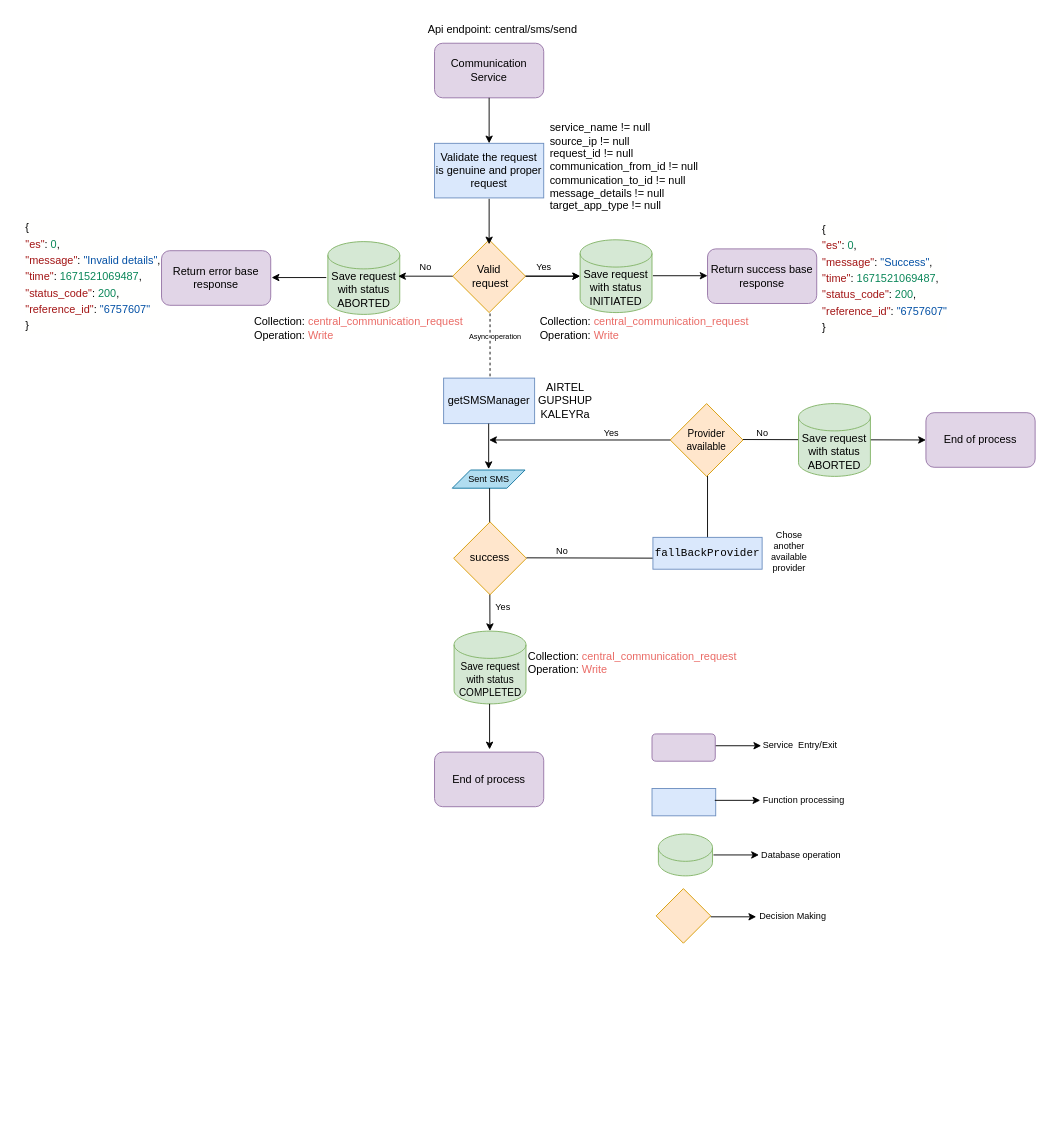
This is CommSmsFlowDiagram.drawio from ravi-bala13/Flow-Diagrams, a draw.io file, before an edit. Source tidied: cells renumbered, new cells numbered last; positions are measured from the earlier drawing's top-left corner, leaving out a move shared by most shapes. Both pictures are drawn from the tidied source at 91%, with x=0, y=0 at pixel (15, 15).
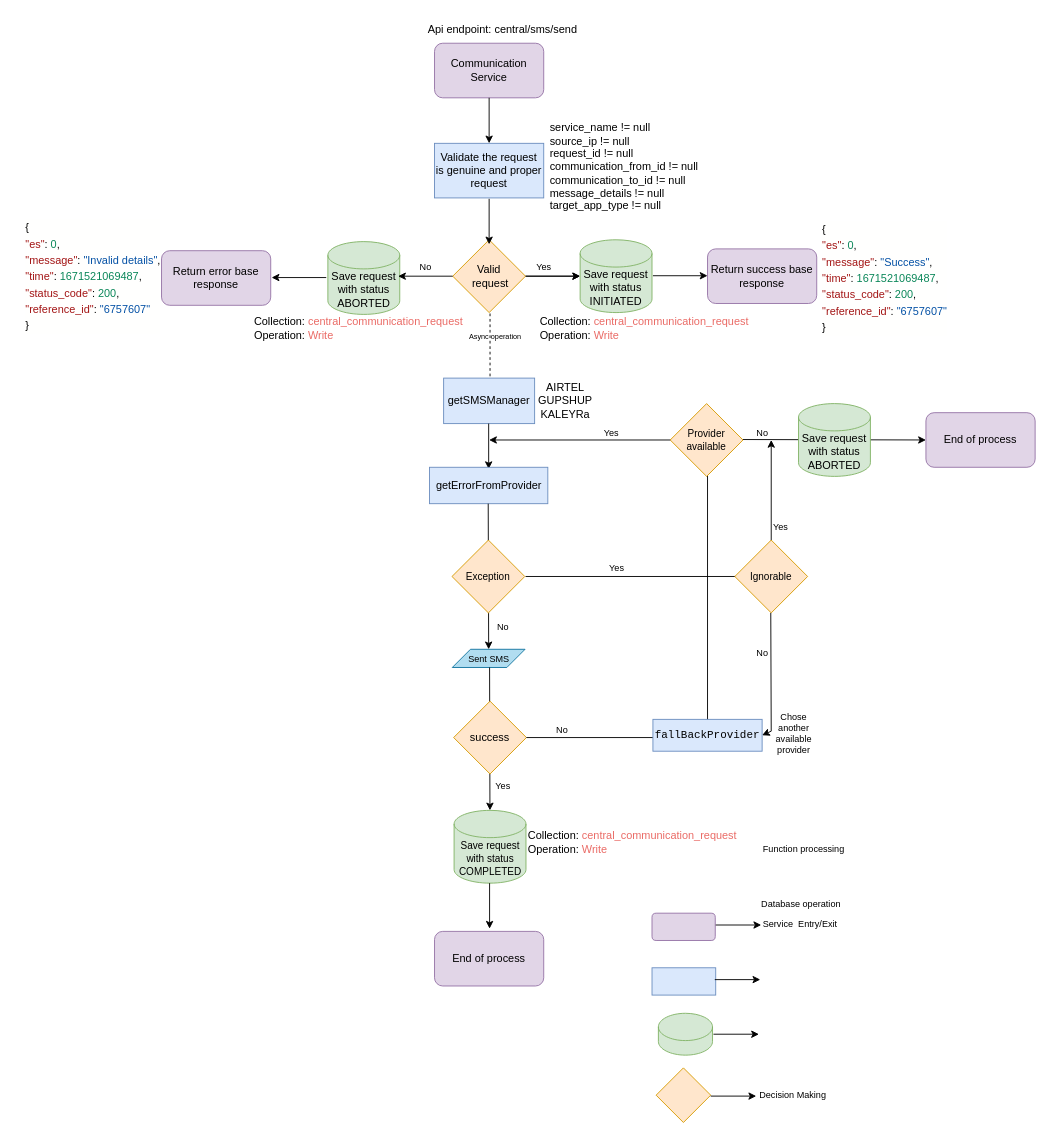
The same diagram, later.

The edit, as a diff of the source:
```diff
@@
     <mxCell id="27" value="&lt;font style=&quot;font-size: 11px;&quot;&gt;Save request with status COMPLETED&lt;/font&gt;" style="shape=cylinder3;whiteSpace=wrap;html=1;boundedLbl=1;backgroundOutline=1;size=15;fillColor=#d5e8d4;strokeColor=#82b366;" parent="1" vertex="1">
-      <mxGeometry x="481.5" y="676" width="79" height="80" as="geometry" />
+      <mxGeometry x="481.5" y="873" width="79" height="80" as="geometry" />
     </mxCell>
     <mxCell id="28" value="Collection: &lt;font color=&quot;#ea6b66&quot;&gt;central_communication_request&lt;/font&gt;&lt;br&gt;Operation: &lt;font color=&quot;#ea6b66&quot;&gt;Write&lt;/font&gt;" style="text;html=1;strokeColor=none;fillColor=none;align=left;verticalAlign=middle;whiteSpace=wrap;rounded=0;fontColor=#000000;" parent="1" vertex="1">
-      <mxGeometry x="560.5" y="696" width="250.5" height="30" as="geometry" />
+      <mxGeometry x="560.5" y="893" width="250.5" height="30" as="geometry" />
     </mxCell>
     <mxCell id="29" value="End of process" style="rounded=1;whiteSpace=wrap;html=1;fillColor=#e1d5e7;strokeColor=#9673a6;" parent="1" vertex="1">
-      <mxGeometry x="460" y="809" width="120" height="60" as="geometry" />
+      <mxGeometry x="460" y="1006" width="120" height="60" as="geometry" />
     </mxCell>
     <mxCell id="30" style="endArrow=classic;html=1;rounded=0;fontColor=#000000;exitX=0.5;exitY=1;exitDx=0;exitDy=0;" parent="1" edge="1">
       <mxGeometry relative="1" as="geometry">
-        <mxPoint x="520.5" y="756" as="sourcePoint" />
-        <mxPoint x="520.5" y="806" as="targetPoint" />
+        <mxPoint x="520.5" y="953" as="sourcePoint" />
+        <mxPoint x="520.5" y="1003" as="targetPoint" />
       </mxGeometry>
     </mxCell>
@@
     <mxCell id="33" value="&lt;font style=&quot;font-size: 10px;&quot;&gt;Sent SMS&lt;/font&gt;" style="shape=parallelogram;perimeter=parallelogramPerimeter;whiteSpace=wrap;html=1;fixedSize=1;fontSize=8;fillColor=#b1ddf0;strokeColor=#10739e;" parent="1" vertex="1">
-      <mxGeometry x="479.5" y="499" width="80" height="20" as="geometry" />
+      <mxGeometry x="479.5" y="696" width="80" height="20" as="geometry" />
     </mxCell>
     <mxCell id="34" style="endArrow=classic;html=1;rounded=0;fontColor=#000000;exitX=0.5;exitY=1;exitDx=0;exitDy=0;" parent="1" edge="1" target="27">
       <mxGeometry relative="1" as="geometry">
-        <mxPoint x="520.5" y="519" as="sourcePoint" />
+        <mxPoint x="520.5" y="716" as="sourcePoint" />
       </mxGeometry>
     </mxCell>
     <mxCell id="35" style="rounded=1;whiteSpace=wrap;html=1;fillColor=#e1d5e7;strokeColor=#9673a6;" parent="1" vertex="1">
-      <mxGeometry x="699" y="789" width="69.5" height="30" as="geometry" />
+      <mxGeometry x="699" y="986" width="69.5" height="30" as="geometry" />
     </mxCell>
     <mxCell id="36" style="rounded=0;whiteSpace=wrap;html=1;fillColor=#dae8fc;strokeColor=#6c8ebf;" parent="1" vertex="1">
-      <mxGeometry x="699" y="849" width="70" height="30" as="geometry" />
+      <mxGeometry x="699" y="1046" width="70" height="30" as="geometry" />
     </mxCell>
     <mxCell id="37" style="shape=cylinder3;whiteSpace=wrap;html=1;boundedLbl=1;backgroundOutline=1;size=15;fillColor=#d5e8d4;strokeColor=#82b366;" parent="1" vertex="1">
-      <mxGeometry x="706" y="899" width="59.5" height="46" as="geometry" />
+      <mxGeometry x="706" y="1096" width="59.5" height="46" as="geometry" />
     </mxCell>
     <mxCell id="38" style="rhombus;whiteSpace=wrap;html=1;fillColor=#ffe6cc;strokeColor=#d79b00;" parent="1" vertex="1">
-      <mxGeometry x="703.5" y="959" width="60" height="60" as="geometry" />
+      <mxGeometry x="703.5" y="1156" width="60" height="60" as="geometry" />
     </mxCell>
     <mxCell id="39" style="endArrow=classic;html=1;rounded=0;fontColor=#000000;" parent="1" edge="1">
       <mxGeometry relative="1" as="geometry">
-        <mxPoint x="769" y="802" as="sourcePoint" />
-        <mxPoint x="819" y="802" as="targetPoint" />
+        <mxPoint x="769" y="999" as="sourcePoint" />
+        <mxPoint x="819" y="999" as="targetPoint" />
       </mxGeometry>
     </mxCell>
     <mxCell id="40" style="endArrow=classic;html=1;rounded=0;fontColor=#000000;" parent="1" edge="1">
       <mxGeometry relative="1" as="geometry">
-        <mxPoint x="768" y="862" as="sourcePoint" />
-        <mxPoint x="818" y="862" as="targetPoint" />
+        <mxPoint x="768" y="1059" as="sourcePoint" />
+        <mxPoint x="818" y="1059" as="targetPoint" />
       </mxGeometry>
     </mxCell>
     <mxCell id="41" style="endArrow=classic;html=1;rounded=0;fontColor=#000000;" parent="1" edge="1">
       <mxGeometry relative="1" as="geometry">
-        <mxPoint x="766.5" y="922" as="sourcePoint" />
-        <mxPoint x="816.5" y="922" as="targetPoint" />
+        <mxPoint x="766.5" y="1119" as="sourcePoint" />
+        <mxPoint x="816.5" y="1119" as="targetPoint" />
       </mxGeometry>
     </mxCell>
     <mxCell id="42" style="endArrow=classic;html=1;rounded=0;fontColor=#000000;" parent="1" edge="1">
       <mxGeometry relative="1" as="geometry">
-        <mxPoint x="763.5" y="990" as="sourcePoint" />
-        <mxPoint x="813.5" y="990" as="targetPoint" />
+        <mxPoint x="763.5" y="1187" as="sourcePoint" />
+        <mxPoint x="813.5" y="1187" as="targetPoint" />
       </mxGeometry>
     </mxCell>
     <mxCell id="43" value="Service &amp;nbsp;Entry/Exit" style="text;html=1;strokeColor=none;fillColor=none;align=center;verticalAlign=middle;whiteSpace=wrap;rounded=0;fontSize=10;" parent="1" vertex="1">
-      <mxGeometry x="817" y="786" width="90" height="30" as="geometry" />
+      <mxGeometry x="817" y="983" width="90" height="30" as="geometry" />
     </mxCell>
     <mxCell id="44" value="Function&amp;nbsp;processing" style="text;html=1;strokeColor=none;fillColor=none;align=center;verticalAlign=middle;whiteSpace=wrap;rounded=0;fontSize=10;" parent="1" vertex="1">
-      <mxGeometry x="799" y="846" width="134" height="30" as="geometry" />
+      <mxGeometry x="799" y="900" width="134" height="30" as="geometry" />
     </mxCell>
     <mxCell id="45" value="Database operation" style="text;html=1;strokeColor=none;fillColor=none;align=center;verticalAlign=middle;whiteSpace=wrap;rounded=0;fontSize=10;" parent="1" vertex="1">
-      <mxGeometry x="796" y="907" width="134" height="30" as="geometry" />
+      <mxGeometry x="796" y="961" width="134" height="30" as="geometry" />
     </mxCell>
     <mxCell id="46" value="Decision&amp;nbsp;&lt;span style=&quot;caret-color: rgba(0, 0, 0, 0); color: rgba(0, 0, 0, 0); font-family: monospace; font-size: 0px; text-align: start;&quot;&gt;CmxGraphModel%3E%3Croot%3E%3CmxCell%20id%3D%220%22%2F%3E%3CmxCell%20id%3D%221%22%20parent%3D%220%22%2F%3E%3CmxCell%20id%3D%222%22%20value%3D%22Database%20operation%22%20style%3D%22text%3Bhtml%3D1%3BstrokeColor%3Dnone%3BfillColor%3Dnone%3Balign%3Dcenter%3BverticalAlign%3Dmiddle%3BwhiteSpace%3Dwrap%3Brounded%3D0%3BfontSize%3D10%3B%22%20vertex%3D%221%22%20parent%3D%221%22%3E%3CmxGeometry%20x%3D%22698%22%20y%3D%221738%22%20width%3D%22134%22%20height%3D%2230%22%20as%3D%22geometry%22%2F%3E%3C%2FmxCell%3E%3C%2Froot%3E%3C%2FmxGraphModel%3E &amp;nbsp;&lt;/span&gt;Making" style="text;html=1;strokeColor=none;fillColor=none;align=center;verticalAlign=middle;whiteSpace=wrap;rounded=0;fontSize=10;" parent="1" vertex="1">
-      <mxGeometry x="787" y="974" width="134" height="30" as="geometry" />
+      <mxGeometry x="787" y="1171" width="134" height="30" as="geometry" />
     </mxCell>
     <mxCell id="47" value="success" style="rhombus;whiteSpace=wrap;html=1;fillColor=#ffe6cc;strokeColor=#d79b00;" parent="1" vertex="1">
-      <mxGeometry x="481" y="556" width="80" height="80" as="geometry" />
+      <mxGeometry x="481" y="753" width="80" height="80" as="geometry" />
     </mxCell>
     <mxCell id="48" value="&lt;font style=&quot;font-size: 10px;&quot;&gt;Yes&lt;/font&gt;" style="text;html=1;align=center;verticalAlign=middle;strokeColor=none;fillColor=none;fontColor=#000000;" parent="1" vertex="1">
-      <mxGeometry x="515" y="634" width="40" height="30" as="geometry" />
+      <mxGeometry x="515" y="831" width="40" height="30" as="geometry" />
     </mxCell>
-    <mxCell id="49" style="endArrow=classic;html=1;rounded=0;fontColor=#000000;exitX=1;exitY=0.5;exitDx=0;exitDy=0;" parent="1" edge="1">
+    <mxCell id="49" style="endArrow=classic;html=1;rounded=0;fontColor=#000000;exitX=1;exitY=0.5;exitDx=0;exitDy=0;" parent="1" edge="1" source="47">
       <mxGeometry relative="1" as="geometry">
-        <mxPoint x="561" y="595.5" as="sourcePoint" />
         <mxPoint x="520" y="466" as="targetPoint" />
         <Array as="points">
-          <mxPoint x="760" y="596" />
+          <mxPoint x="760" y="793" />
           <mxPoint x="760" y="466" />
         </Array>
       </mxGeometry>
     </mxCell>
     <mxCell id="50" value="&lt;font style=&quot;font-size: 10px;&quot;&gt;No&lt;/font&gt;" style="text;html=1;align=center;verticalAlign=middle;strokeColor=none;fillColor=none;fontColor=#000000;" parent="1" vertex="1">
-      <mxGeometry x="580" y="573" width="40" height="30" as="geometry" />
+      <mxGeometry x="580" y="770" width="40" height="30" as="geometry" />
     </mxCell>
     <mxCell id="51" value="&lt;pre style=&quot;text-align: start; font-family: &amp;quot;JetBrains Mono&amp;quot;, monospace;&quot;&gt;fallBackProvider&lt;/pre&gt;" style="rounded=0;whiteSpace=wrap;html=1;fillColor=#dae8fc;strokeColor=#6c8ebf;" parent="1" vertex="1">
-      <mxGeometry x="700" y="573" width="120" height="35" as="geometry" />
+      <mxGeometry x="700" y="773" width="120" height="35" as="geometry" />
     </mxCell>
     <mxCell id="52" value="Chose another available provider" style="text;html=1;strokeColor=none;fillColor=none;align=center;verticalAlign=middle;whiteSpace=wrap;rounded=0;labelBackgroundColor=none;fontSize=10;fontColor=#000000;" parent="1" vertex="1">
-      <mxGeometry x="820" y="573" width="60" height="30" as="geometry" />
+      <mxGeometry x="824.5" y="773" width="60" height="30" as="geometry" />
     </mxCell>
@@
+    <mxCell id="59" value="getErrorFromProvider" style="rounded=0;whiteSpace=wrap;html=1;fillColor=#dae8fc;strokeColor=#6c8ebf;" parent="1" vertex="1">
+      <mxGeometry x="454.5" y="496" width="130" height="40" as="geometry" />
+    </mxCell>
+    <mxCell id="60" style="endArrow=classic;html=1;rounded=0;fontColor=#000000;entryX=0.5;entryY=0;entryDx=0;entryDy=0;" parent="1" edge="1" target="33">
+      <mxGeometry relative="1" as="geometry">
+        <mxPoint x="519" y="536" as="sourcePoint" />
+      </mxGeometry>
+    </mxCell>
+    <mxCell id="61" style="endArrow=classic;html=1;rounded=0;fontColor=#000000;" parent="1" edge="1">
+      <mxGeometry relative="1" as="geometry">
+        <mxPoint x="560" y="616" as="sourcePoint" />
+        <mxPoint x="830" y="466" as="targetPoint" />
+        <Array as="points">
+          <mxPoint x="830" y="616" />
+        </Array>
+      </mxGeometry>
+    </mxCell>
+    <mxCell id="62" value="&lt;font style=&quot;font-size: 10px;&quot;&gt;No&lt;/font&gt;" style="text;html=1;align=center;verticalAlign=middle;strokeColor=none;fillColor=none;fontColor=#000000;" parent="1" vertex="1">
+      <mxGeometry x="515" y="656" width="40" height="30" as="geometry" />
+    </mxCell>
+    <mxCell id="63" value="&lt;font style=&quot;font-size: 10px;&quot;&gt;Yes&lt;/font&gt;" style="text;html=1;align=center;verticalAlign=middle;strokeColor=none;fillColor=none;fontColor=#000000;" parent="1" vertex="1">
+      <mxGeometry x="820" y="546" width="40" height="30" as="geometry" />
+    </mxCell>
+    <mxCell id="64" value="&lt;font style=&quot;font-size: 11px;&quot;&gt;Ignorable&lt;br&gt;&lt;/font&gt;" style="rhombus;whiteSpace=wrap;html=1;fillColor=#ffe6cc;strokeColor=#d79b00;" parent="1" vertex="1">
+      <mxGeometry x="790" y="576" width="80" height="80" as="geometry" />
+    </mxCell>
+    <mxCell id="65" value="&lt;font style=&quot;font-size: 11px;&quot;&gt;Exception&lt;br&gt;&lt;/font&gt;" style="rhombus;whiteSpace=wrap;html=1;fillColor=#ffe6cc;strokeColor=#d79b00;" parent="1" vertex="1">
+      <mxGeometry x="479.2" y="576" width="80" height="80" as="geometry" />
+    </mxCell>
+    <mxCell id="66" value="&lt;font style=&quot;font-size: 10px;&quot;&gt;Yes&lt;/font&gt;" style="text;html=1;align=center;verticalAlign=middle;strokeColor=none;fillColor=none;fontColor=#000000;" parent="1" vertex="1">
+      <mxGeometry x="640" y="592" width="40" height="30" as="geometry" />
+    </mxCell>
+    <mxCell id="67" style="endArrow=classic;html=1;rounded=0;fontColor=#000000;entryX=1;entryY=0.5;entryDx=0;entryDy=0;" parent="1" edge="1" target="51">
+      <mxGeometry relative="1" as="geometry">
+        <mxPoint x="829.5" y="656" as="sourcePoint" />
+        <Array as="points">
+          <mxPoint x="830" y="786" />
+        </Array>
+      </mxGeometry>
+    </mxCell>
+    <mxCell id="68" value="&lt;font style=&quot;font-size: 10px;&quot;&gt;No&lt;/font&gt;" style="text;html=1;align=center;verticalAlign=middle;strokeColor=none;fillColor=none;fontColor=#000000;" parent="1" vertex="1">
+      <mxGeometry x="800" y="685" width="40" height="30" as="geometry" />
+    </mxCell>
```
